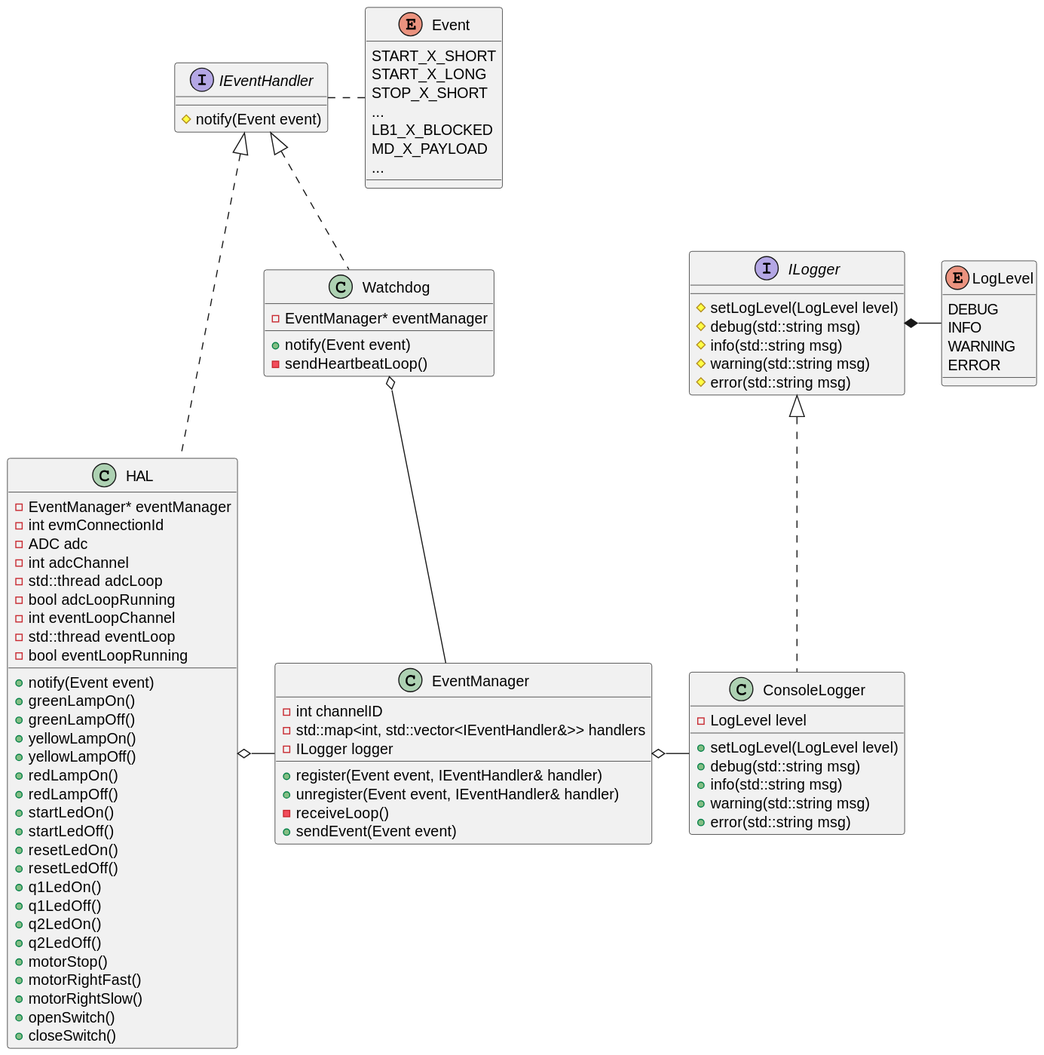
This is docs/diagrams/classes/hal_evm_logger_wd.svg from u2knwy/ESEP-2023SoSe-Team-2-1, a PlantUML export, as it was before one commit. Its diagram source:
```plantuml
@startuml

class EventManager {
  -int channelID
  -std::map<int, std::vector<IEventHandler&>> handlers
  -ILogger logger
  +register(Event event, IEventHandler& handler)
  +unregister(Event event, IEventHandler& handler)
  -receiveLoop()
  +sendEvent(Event event)
}

EventManager o- ConsoleLogger

class Watchdog {
  -EventManager* eventManager
  +notify(Event event)
  -sendHeartbeatLoop()
}

Watchdog o-- EventManager
IEventHandler <|.. Watchdog

interface IEventHandler {
  #notify(Event event)
}

enum LogLevel {
  DEBUG
  INFO
  WARNING
  ERROR
}

interface ILogger {
  #setLogLevel(LogLevel level)
  #debug(std::string msg)
  #info(std::string msg)
  #warning(std::string msg)
  #error(std::string msg)
}

ILogger *- LogLevel

class ConsoleLogger {
  -LogLevel level
  +setLogLevel(LogLevel level)
  +debug(std::string msg)
  +info(std::string msg)
  +warning(std::string msg)
  +error(std::string msg)
}
ILogger <|.. ConsoleLogger

enum Event {
  START_X_SHORT
  START_X_LONG
  STOP_X_SHORT
  ...
  LB1_X_BLOCKED
  MD_X_PAYLOAD
  ...
}

IEventHandler . Event

class HAL {
  -EventManager* eventManager
  -int evmConnectionId
  -ADC adc
  -int adcChannel
  -std::thread adcLoop
  -bool adcLoopRunning
  -int eventLoopChannel
  -std::thread eventLoop
  -bool eventLoopRunning
  +notify(Event event)
  +greenLampOn()
  +greenLampOff()
  +yellowLampOn()
  +yellowLampOff()
  +redLampOn()
  +redLampOff()
  +startLedOn()
  +startLedOff()
  +resetLedOn()
  +resetLedOff()
  +q1LedOn()
  +q1LedOff()
  +q2LedOn()
  +q2LedOff()
  +motorStop()
  +motorRightFast()
  +motorRightSlow()
  +openSwitch()
  +closeSwitch()
}

IEventHandler <|.. HAL
HAL o- EventManager

@enduml
```
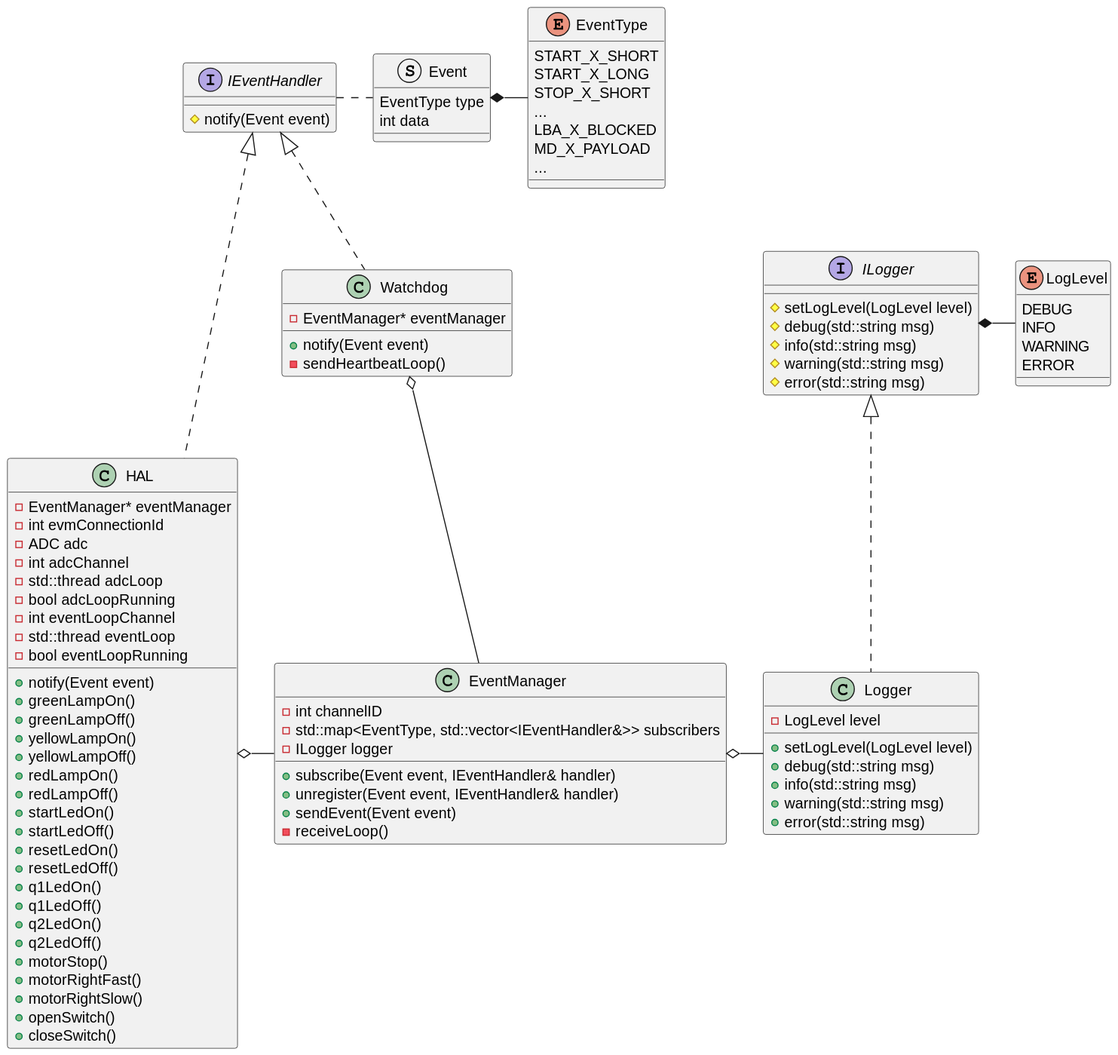
After the commit.

Change to the diagram source:
```diff
@@ -1,16 +1,33 @@
 @startuml
+
+struct Event {
+  EventType type
+  int data
+}
+
+enum EventType {
+  START_X_SHORT
+  START_X_LONG
+  STOP_X_SHORT
+  ...
+  LBA_X_BLOCKED
+  MD_X_PAYLOAD
+  ...
+}
+
+Event *- EventType
 
 class EventManager {
   -int channelID
-  -std::map<int, std::vector<IEventHandler&>> handlers
+  -std::map<EventType, std::vector<IEventHandler&>> subscribers
   -ILogger logger
-  +register(Event event, IEventHandler& handler)
+  +subscribe(Event event, IEventHandler& handler)
   +unregister(Event event, IEventHandler& handler)
+  +sendEvent(Event event)
   -receiveLoop()
-  +sendEvent(Event event)
 }
 
-EventManager o- ConsoleLogger
+EventManager o- Logger
 
 class Watchdog {
   -EventManager* eventManager
@@ -42,7 +59,7 @@
 
 ILogger *- LogLevel
 
-class ConsoleLogger {
+class Logger {
   -LogLevel level
   +setLogLevel(LogLevel level)
   +debug(std::string msg)
@@ -50,17 +67,7 @@
   +warning(std::string msg)
   +error(std::string msg)
 }
-ILogger <|.. ConsoleLogger
-
-enum Event {
-  START_X_SHORT
-  START_X_LONG
-  STOP_X_SHORT
-  ...
-  LB1_X_BLOCKED
-  MD_X_PAYLOAD
-  ...
-}
+ILogger <|.. Logger
 
 IEventHandler . Event
 
```
